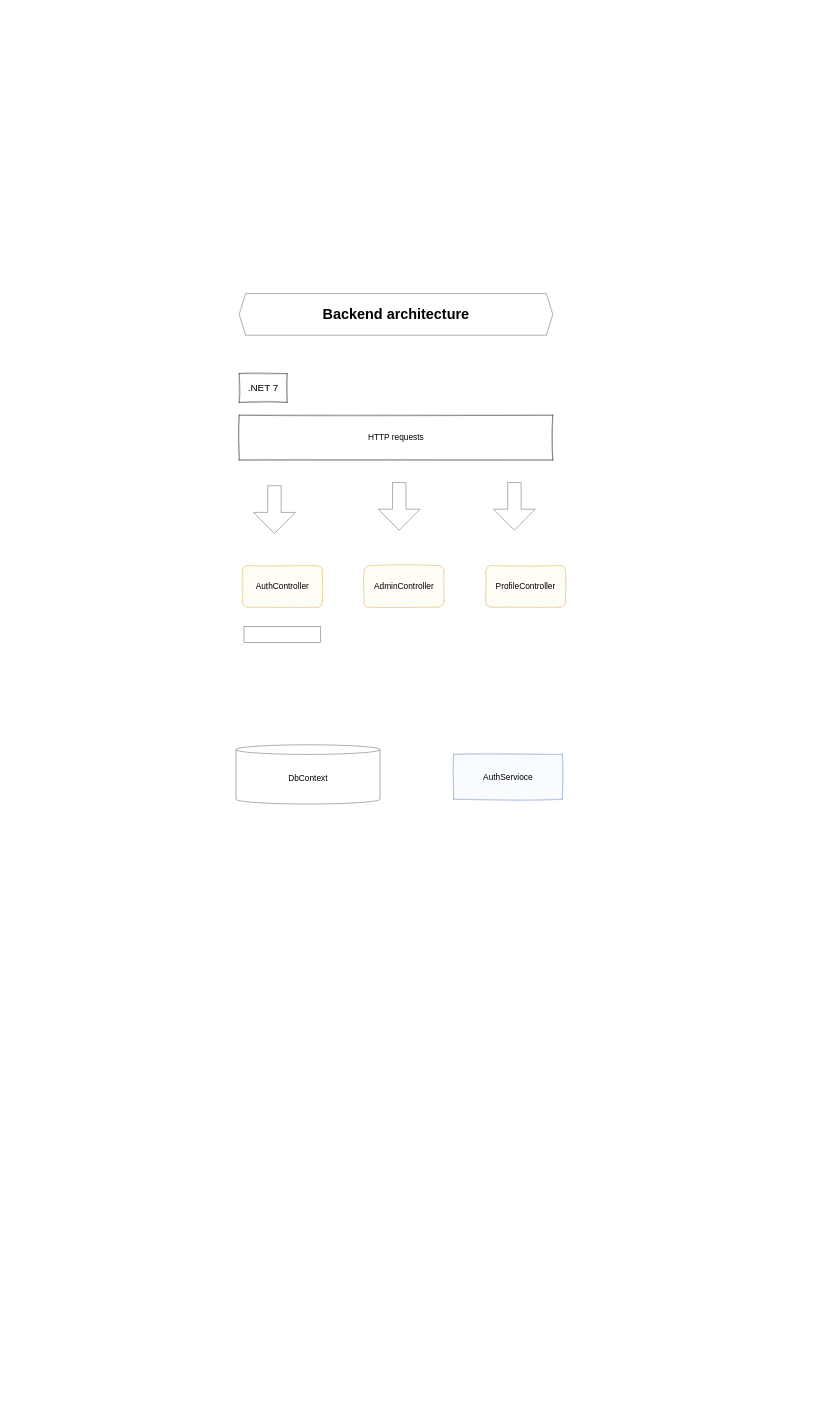
Eliasdb/eDB keeps this draw.io diagram as diagrams/backend-setup.drawio. Above is the earlier version. Source tidied: cells renumbered, new cells numbered last; positions are measured from the earlier drawing's top-left corner, leaving out a move shared by most shapes. Both pictures are drawn from the tidied source at 32%, with x=0, y=0 at pixel (236, 293).
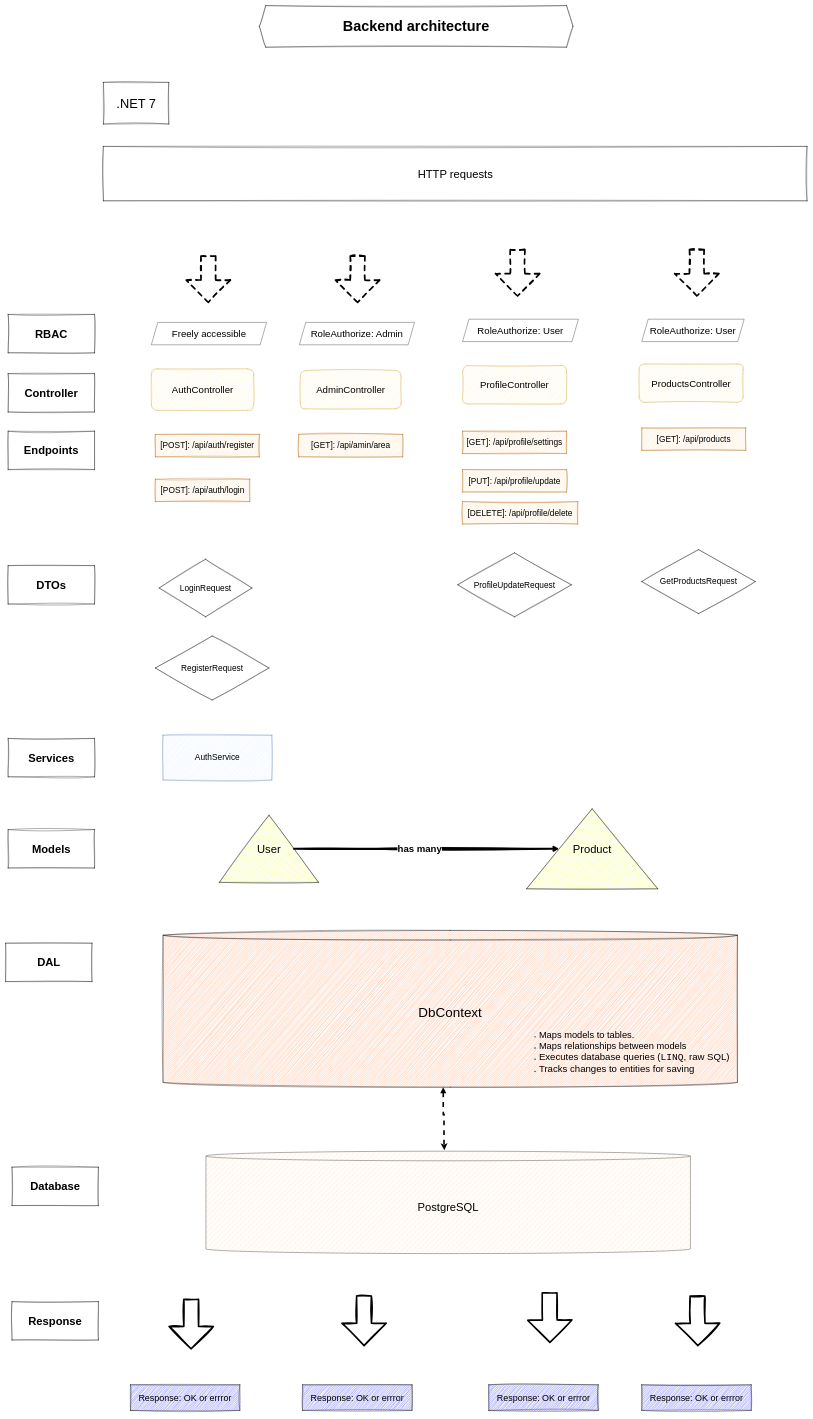
Above is the later version.

Change to the diagram source:
```diff
@@
-    <mxCell id="2" style="shape=flexArrow;endArrow=classic;html=1;rounded=0;width=42;endWidth=87.27272727272727;endSize=21.577272727272724;" parent="1" edge="1">
+    <mxCell id="2" style="shape=flexArrow;endArrow=classic;html=1;rounded=0;width=42;endWidth=87.27272727272727;endSize=21.577272727272724;strokeWidth=5;sketch=1;curveFitting=1;jiggle=2;flowAnimation=1;dashed=1;" parent="1" edge="1">
       <mxGeometry relative="1" as="geometry">
-        <mxPoint x="510" y="590" as="sourcePoint" />
-        <mxPoint x="510" y="740" as="targetPoint" />
+        <mxPoint x="380" y="-120" as="sourcePoint" />
+        <mxPoint x="380" y="30" as="targetPoint" />
       </mxGeometry>
     </mxCell>
-    <mxCell id="3" style="shape=flexArrow;endArrow=classic;html=1;rounded=0;width=42;endWidth=87.27272727272727;endSize=21.577272727272724;" parent="1" edge="1">
+    <mxCell id="3" style="shape=flexArrow;endArrow=classic;html=1;rounded=0;width=42;endWidth=87.27272727272727;endSize=21.577272727272724;strokeWidth=5;sketch=1;curveFitting=1;jiggle=2;flowAnimation=1;dashed=1;" parent="1" edge="1">
       <mxGeometry relative="1" as="geometry">
-        <mxPoint x="870" y="590" as="sourcePoint" />
-        <mxPoint x="870" y="740" as="targetPoint" />
+        <mxPoint x="880" y="-140" as="sourcePoint" />
+        <mxPoint x="880" y="10" as="targetPoint" />
       </mxGeometry>
     </mxCell>
-    <mxCell id="4" style="shape=flexArrow;endArrow=classic;html=1;rounded=0;width=42;endWidth=87.27272727272727;endSize=21.577272727272724;" parent="1" edge="1">
+    <mxCell id="4" style="shape=flexArrow;endArrow=classic;html=1;rounded=0;width=42;endWidth=87.27272727272727;endSize=21.577272727272724;strokeWidth=5;sketch=1;curveFitting=1;jiggle=2;flowAnimation=0;dashed=1;" parent="1" edge="1">
       <mxGeometry relative="1" as="geometry">
-        <mxPoint x="120" y="600" as="sourcePoint" />
-        <mxPoint x="120" y="750" as="targetPoint" />
+        <mxPoint x="-86.5" y="-120" as="sourcePoint" />
+        <mxPoint x="-86.5" y="30" as="targetPoint" />
       </mxGeometry>
     </mxCell>
-    <mxCell id="5" value="&lt;font style=&quot;font-size: 26px;&quot;&gt;HTTP requests&lt;/font&gt;" style="rounded=0;whiteSpace=wrap;html=1;sketch=1;curveFitting=1;jiggle=2;" parent="1" vertex="1">
-      <mxGeometry x="10" y="380" width="980" height="140" as="geometry" />
+    <mxCell id="5" value="&lt;font style=&quot;font-size: 35px;&quot;&gt;HTTP requests&lt;/font&gt;" style="rounded=0;whiteSpace=wrap;html=1;sketch=1;curveFitting=1;jiggle=2;" parent="1" vertex="1">
+      <mxGeometry x="-414.5" y="-460" width="2199" height="170" as="geometry" />
     </mxCell>
-    <mxCell id="6" value="&lt;font style=&quot;font-size: 26px;&quot;&gt;AuthController&lt;/font&gt;" style="rounded=1;whiteSpace=wrap;html=1;sketch=1;curveFitting=1;jiggle=2;fillColor=#fff2cc;strokeColor=#d6b656;" parent="1" vertex="1">
-      <mxGeometry x="20" y="850" width="250" height="130" as="geometry" />
+    <mxCell id="6" value="&lt;font style=&quot;font-size: 30px;&quot;&gt;AuthController&lt;/font&gt;" style="rounded=1;whiteSpace=wrap;html=1;sketch=1;curveFitting=1;jiggle=2;fillColor=#fff2cc;strokeColor=#d6b656;" parent="1" vertex="1">
+      <mxGeometry x="-264.5" y="235" width="320" height="130" as="geometry" />
     </mxCell>
-    <mxCell id="7" value="&lt;font style=&quot;font-size: 26px;&quot;&gt;AdminController&lt;/font&gt;" style="rounded=1;whiteSpace=wrap;html=1;sketch=1;curveFitting=1;jiggle=2;fillColor=#fff2cc;strokeColor=#d6b656;" parent="1" vertex="1">
-      <mxGeometry x="400" y="850" width="250" height="130" as="geometry" />
+    <mxCell id="7" value="&lt;font style=&quot;font-size: 30px;&quot;&gt;AdminController&lt;/font&gt;" style="rounded=1;whiteSpace=wrap;html=1;sketch=1;curveFitting=1;jiggle=2;fillColor=#fff2cc;strokeColor=#d6b656;" parent="1" vertex="1">
+      <mxGeometry x="201" y="240" width="315" height="120" as="geometry" />
     </mxCell>
-    <mxCell id="8" value="&lt;font&gt;ProfileController&lt;/font&gt;" style="rounded=1;whiteSpace=wrap;html=1;sketch=1;curveFitting=1;jiggle=2;fillColor=#fff2cc;strokeColor=#d6b656;fontSize=26;" parent="1" vertex="1">
-      <mxGeometry x="780" y="850" width="250" height="130" as="geometry" />
+    <mxCell id="8" value="&lt;font style=&quot;font-size: 30px;&quot;&gt;ProfileController&lt;/font&gt;" style="rounded=1;whiteSpace=wrap;html=1;sketch=1;curveFitting=1;jiggle=2;fillColor=#fff2cc;strokeColor=#d6b656;fontSize=26;" parent="1" vertex="1">
+      <mxGeometry x="708" y="225" width="325" height="120" as="geometry" />
     </mxCell>
-    <mxCell id="9" value="&lt;font style=&quot;font-size: 26px;&quot;&gt;AuthServioce&lt;/font&gt;" style="rounded=0;whiteSpace=wrap;html=1;sketch=1;curveFitting=1;jiggle=2;fillColor=#dae8fc;strokeColor=#6c8ebf;" parent="1" vertex="1">
-      <mxGeometry x="680" y="1440" width="340" height="140" as="geometry" />
+    <mxCell id="9" value="&lt;font style=&quot;font-size: 26px;&quot;&gt;AuthService&lt;/font&gt;" style="rounded=0;whiteSpace=wrap;html=1;sketch=1;curveFitting=1;jiggle=2;fillColor=#dae8fc;strokeColor=#6c8ebf;" parent="1" vertex="1">
+      <mxGeometry x="-228" y="1380" width="340" height="140" as="geometry" />
     </mxCell>
+    <mxCell id="14" style="edgeStyle=orthogonalEdgeStyle;rounded=0;jettySize=auto;html=1;exitX=0.5;exitY=1;exitDx=0;exitDy=0;exitPerimeter=0;strokeWidth=5;startArrow=block;startFill=1;dashed=1;flowAnimation=1;entryX=0.492;entryY=-0.01;entryDx=0;entryDy=0;entryPerimeter=0;" parent="1" edge="1" target="44">
+      <mxGeometry relative="1" as="geometry">
+        <mxPoint x="647.7" y="2480" as="sourcePoint" />
+        <Array as="points">
+          <mxPoint x="648" y="2565" />
+          <mxPoint x="650" y="2565" />
+          <mxPoint x="650" y="2650" />
+          <mxPoint x="651" y="2650" />
+        </Array>
+      </mxGeometry>
+    </mxCell>
-    <mxCell id="10" value="&lt;font style=&quot;font-size: 26px;&quot;&gt;DbContext&lt;/font&gt;" style="shape=cylinder3;whiteSpace=wrap;html=1;boundedLbl=1;backgroundOutline=1;size=15;" parent="1" vertex="1">
-      <mxGeometry y="1410" width="450" height="185" as="geometry" />
+    <mxCell id="10" value="&lt;font style=&quot;font-size: 42px;&quot;&gt;DbContext&lt;/font&gt;" style="shape=cylinder3;whiteSpace=wrap;html=1;boundedLbl=1;backgroundOutline=1;size=15;sketch=1;curveFitting=1;jiggle=2;fillColor=#FF9661;" parent="1" vertex="1">
+      <mxGeometry x="-228" y="1990" width="1795" height="490" as="geometry" />
     </mxCell>
-    <mxCell id="11" style="rounded=0;whiteSpace=wrap;html=1;" parent="1" vertex="1">
-      <mxGeometry x="25" y="1040" width="240" height="50" as="geometry" />
+    <mxCell id="11" value="&lt;span style=&quot;font-size: 26px;&quot;&gt;[POST]: /api/auth/register&lt;/span&gt;" style="rounded=0;whiteSpace=wrap;html=1;sketch=1;curveFitting=1;jiggle=2;fillColor=#fad7ac;strokeColor=#b46504;" parent="1" vertex="1">
+      <mxGeometry x="-252" y="440" width="325" height="70" as="geometry" />
     </mxCell>
-    <mxCell id="12" value="&lt;font style=&quot;font-size: 45px;&quot;&gt;&lt;b&gt;Backend architecture&lt;/b&gt;&lt;/font&gt;" style="shape=hexagon;perimeter=hexagonPerimeter2;whiteSpace=wrap;html=1;fixedSize=1;" parent="1" vertex="1">
-      <mxGeometry x="10" width="980" height="130" as="geometry" />
+    <mxCell id="12" value="&lt;font style=&quot;font-size: 45px;&quot;&gt;&lt;b&gt;Backend architecture&lt;/b&gt;&lt;/font&gt;" style="shape=hexagon;perimeter=hexagonPerimeter2;whiteSpace=wrap;html=1;fixedSize=1;sketch=1;curveFitting=1;jiggle=2;" parent="1" vertex="1">
+      <mxGeometry x="73" y="-900" width="980" height="130" as="geometry" />
     </mxCell>
-    <mxCell id="13" value="&lt;font style=&quot;font-size: 31px;&quot;&gt;.NET 7&lt;/font&gt;" style="rounded=0;whiteSpace=wrap;html=1;sketch=1;curveFitting=1;jiggle=2;" parent="1" vertex="1">
-      <mxGeometry x="10" y="250" width="150" height="90" as="geometry" />
+    <mxCell id="13" value="&lt;font style=&quot;font-size: 40px;&quot;&gt;.NET 7&lt;/font&gt;" style="rounded=0;whiteSpace=wrap;html=1;sketch=1;curveFitting=1;jiggle=2;" parent="1" vertex="1">
+      <mxGeometry x="-414.5" y="-660" width="204.5" height="130" as="geometry" />
     </mxCell>
+    <mxCell id="15" value="&lt;span style=&quot;font-size: 26px;&quot;&gt;[POST]: /api/auth/login&lt;/span&gt;" style="rounded=0;whiteSpace=wrap;html=1;sketch=1;curveFitting=1;jiggle=2;fillColor=#fad7ac;strokeColor=#b46504;" parent="1" vertex="1">
+      <mxGeometry x="-252" y="580" width="295" height="70" as="geometry" />
+    </mxCell>
+    <mxCell id="16" value="&lt;span style=&quot;font-size: 26px;&quot;&gt;[GET]: /api/profile/settings&lt;/span&gt;" style="rounded=0;whiteSpace=wrap;html=1;sketch=1;curveFitting=1;jiggle=2;fillColor=#fad7ac;strokeColor=#b46504;" parent="1" vertex="1">
+      <mxGeometry x="708" y="430" width="325" height="70" as="geometry" />
+    </mxCell>
+    <mxCell id="17" value="&lt;span style=&quot;font-size: 26px;&quot;&gt;[PUT]: /api/profile/update&lt;/span&gt;" style="rounded=0;whiteSpace=wrap;html=1;sketch=1;curveFitting=1;jiggle=2;fillColor=#fad7ac;strokeColor=#b46504;" parent="1" vertex="1">
+      <mxGeometry x="708" y="550" width="325" height="70" as="geometry" />
+    </mxCell>
+    <mxCell id="18" value="&lt;span style=&quot;font-size: 26px;&quot;&gt;[GET]: /api/amin/area&lt;/span&gt;" style="rounded=0;whiteSpace=wrap;html=1;sketch=1;curveFitting=1;jiggle=2;fillColor=#fad7ac;strokeColor=#b46504;" parent="1" vertex="1">
+      <mxGeometry x="196" y="440" width="325" height="70" as="geometry" />
+    </mxCell>
+    <mxCell id="19" value="&lt;font style=&quot;font-size: 26px;&quot;&gt;LoginRequest&lt;/font&gt;" style="rhombus;whiteSpace=wrap;html=1;fillColor=none;sketch=1;curveFitting=1;jiggle=2;" parent="1" vertex="1">
+      <mxGeometry x="-240" y="830" width="290" height="180" as="geometry" />
+    </mxCell>
+    <mxCell id="20" value="&lt;font style=&quot;font-size: 26px;&quot;&gt;RegisterRequest&lt;/font&gt;" style="rhombus;whiteSpace=wrap;html=1;fillColor=none;sketch=1;curveFitting=1;jiggle=2;" parent="1" vertex="1">
+      <mxGeometry x="-252" y="1070" width="355" height="200" as="geometry" />
+    </mxCell>
+    <mxCell id="21" value="&lt;font style=&quot;font-size: 26px;&quot;&gt;ProfileUpdateRequest&lt;/font&gt;" style="rhombus;whiteSpace=wrap;html=1;fillColor=none;sketch=1;curveFitting=1;jiggle=2;" parent="1" vertex="1">
+      <mxGeometry x="693" y="810" width="355" height="200" as="geometry" />
+    </mxCell>
+    <mxCell id="22" value="&lt;font style=&quot;font-size: 30px;&quot;&gt;RoleAuthorize: Admin&lt;/font&gt;" style="shape=parallelogram;perimeter=parallelogramPerimeter;whiteSpace=wrap;html=1;fixedSize=1;" parent="1" vertex="1">
+      <mxGeometry x="198" y="90" width="360" height="70" as="geometry" />
+    </mxCell>
+    <mxCell id="23" value="&lt;font style=&quot;font-size: 30px;&quot;&gt;RoleAuthorize: User&lt;/font&gt;" style="shape=parallelogram;perimeter=parallelogramPerimeter;whiteSpace=wrap;html=1;fixedSize=1;" parent="1" vertex="1">
+      <mxGeometry x="708" y="80" width="362" height="70" as="geometry" />
+    </mxCell>
+    <mxCell id="24" value="&lt;span style=&quot;font-size: 26px;&quot;&gt;[DELETE]: /api/profile/delete&lt;/span&gt;" style="rounded=0;whiteSpace=wrap;html=1;sketch=1;curveFitting=1;jiggle=2;fillColor=#fad7ac;strokeColor=#b46504;" parent="1" vertex="1">
+      <mxGeometry x="708" y="650" width="360" height="70" as="geometry" />
+    </mxCell>
+    <mxCell id="25" value="&lt;font style=&quot;font-size: 30px;&quot;&gt;ProductsController&lt;/font&gt;" style="rounded=1;whiteSpace=wrap;html=1;sketch=1;curveFitting=1;jiggle=2;fillColor=#fff2cc;strokeColor=#d6b656;fontSize=26;" parent="1" vertex="1">
+      <mxGeometry x="1260" y="220" width="325" height="120" as="geometry" />
+    </mxCell>
+    <mxCell id="26" value="&lt;span style=&quot;font-size: 26px;&quot;&gt;[GET]: /api/products&lt;/span&gt;" style="rounded=0;whiteSpace=wrap;html=1;sketch=1;curveFitting=1;jiggle=2;fillColor=#fad7ac;strokeColor=#b46504;" parent="1" vertex="1">
+      <mxGeometry x="1268" y="420" width="325" height="70" as="geometry" />
+    </mxCell>
+    <mxCell id="27" value="&lt;font style=&quot;font-size: 26px;&quot;&gt;GetProductsRequest&lt;/font&gt;" style="rhombus;whiteSpace=wrap;html=1;fillColor=none;sketch=1;curveFitting=1;jiggle=2;" parent="1" vertex="1">
+      <mxGeometry x="1268" y="800" width="355" height="200" as="geometry" />
+    </mxCell>
+    <mxCell id="28" value="&lt;font style=&quot;font-size: 30px;&quot;&gt;RoleAuthorize: User&lt;/font&gt;" style="shape=parallelogram;perimeter=parallelogramPerimeter;whiteSpace=wrap;html=1;fixedSize=1;" parent="1" vertex="1">
+      <mxGeometry x="1268" y="80" width="320" height="70" as="geometry" />
+    </mxCell>
+    <mxCell id="29" value="&lt;font style=&quot;font-size: 35px;&quot;&gt;&lt;b&gt;RBAC&lt;/b&gt;&lt;/font&gt;" style="rounded=0;whiteSpace=wrap;html=1;sketch=1;curveFitting=1;jiggle=2;" parent="1" vertex="1">
+      <mxGeometry x="-712" y="65" width="270" height="120" as="geometry" />
+    </mxCell>
+    <mxCell id="30" value="&lt;font style=&quot;font-size: 35px;&quot;&gt;&lt;b&gt;Controller&lt;/b&gt;&lt;/font&gt;" style="rounded=0;whiteSpace=wrap;html=1;sketch=1;curveFitting=1;jiggle=2;" parent="1" vertex="1">
+      <mxGeometry x="-712" y="250" width="270" height="120" as="geometry" />
+    </mxCell>
+    <mxCell id="31" value="&lt;font style=&quot;font-size: 35px;&quot;&gt;&lt;b&gt;Endpoints&lt;/b&gt;&lt;/font&gt;" style="rounded=0;whiteSpace=wrap;html=1;sketch=1;curveFitting=1;jiggle=2;" parent="1" vertex="1">
+      <mxGeometry x="-712" y="430" width="270" height="120" as="geometry" />
+    </mxCell>
+    <mxCell id="32" value="&lt;font style=&quot;font-size: 35px;&quot;&gt;&lt;b&gt;DTOs&lt;/b&gt;&lt;/font&gt;" style="rounded=0;whiteSpace=wrap;html=1;sketch=1;curveFitting=1;jiggle=2;" parent="1" vertex="1">
+      <mxGeometry x="-712" y="850" width="270" height="120" as="geometry" />
+    </mxCell>
+    <mxCell id="33" value="&lt;font style=&quot;font-size: 35px;&quot;&gt;&lt;b&gt;Services&lt;/b&gt;&lt;/font&gt;" style="rounded=0;whiteSpace=wrap;html=1;sketch=1;curveFitting=1;jiggle=2;" parent="1" vertex="1">
+      <mxGeometry x="-712" y="1390" width="270" height="120" as="geometry" />
+    </mxCell>
+    <mxCell id="34" style="shape=flexArrow;endArrow=classic;html=1;rounded=0;width=42;endWidth=87.27272727272727;endSize=21.577272727272724;strokeWidth=5;sketch=1;curveFitting=1;jiggle=2;flowAnimation=1;dashed=1;" parent="1" edge="1">
+      <mxGeometry relative="1" as="geometry">
+        <mxPoint x="1440" y="-140" as="sourcePoint" />
+        <mxPoint x="1440" y="10" as="targetPoint" />
+      </mxGeometry>
+    </mxCell>
+    <mxCell id="35" value="&lt;font style=&quot;font-size: 35px;&quot;&gt;&lt;b&gt;DAL&lt;/b&gt;&lt;/font&gt;" style="rounded=0;whiteSpace=wrap;html=1;sketch=1;curveFitting=1;jiggle=2;" parent="1" vertex="1">
+      <mxGeometry x="-720" y="2030" width="270" height="120" as="geometry" />
+    </mxCell>
+    <mxCell id="36" value="&lt;font style=&quot;font-size: 35px;&quot;&gt;&lt;b&gt;Models&lt;/b&gt;&lt;/font&gt;" style="rounded=0;whiteSpace=wrap;html=1;sketch=1;curveFitting=1;jiggle=2;" parent="1" vertex="1">
+      <mxGeometry x="-712" y="1675" width="270" height="120" as="geometry" />
+    </mxCell>
+    <mxCell id="37" style="edgeStyle=orthogonalEdgeStyle;rounded=0;jettySize=auto;html=1;strokeWidth=6;sketch=1;curveFitting=1;jiggle=2;" parent="1" edge="1" source="39" target="40">
+      <mxGeometry relative="1" as="geometry">
+        <Array as="points">
+          <mxPoint x="438" y="1735" />
+          <mxPoint x="438" y="1735" />
+        </Array>
+      </mxGeometry>
+    </mxCell>
+    <mxCell id="38" value="&lt;font style=&quot;font-size: 30px;&quot;&gt;&lt;b&gt;has many&lt;/b&gt;&lt;/font&gt;" style="edgeLabel;html=1;align=center;verticalAlign=middle;" parent="37" vertex="1">
+      <mxGeometry x="-0.05" y="9" relative="1" as="geometry">
+        <mxPoint x="-1" y="9" as="offset" />
+      </mxGeometry>
+    </mxCell>
+    <mxCell id="39" value="&lt;font style=&quot;font-size: 35px;&quot;&gt;User&lt;/font&gt;" style="triangle;whiteSpace=wrap;html=1;strokeWidth=1;sketch=1;curveFitting=1;jiggle=2;direction=north;fillColor=#EEFF52;" parent="1" vertex="1">
+      <mxGeometry x="-52" y="1630" width="310" height="210" as="geometry" />
+    </mxCell>
+    <mxCell id="40" value="&lt;font style=&quot;font-size: 35px;&quot;&gt;Product&lt;/font&gt;" style="triangle;whiteSpace=wrap;html=1;strokeWidth=1;sketch=1;curveFitting=1;jiggle=2;direction=north;fillColor=#EEFF52;" parent="1" vertex="1">
+      <mxGeometry x="908" y="1610" width="410" height="250" as="geometry" />
+    </mxCell>
+    <mxCell id="41" value="&lt;div&gt;&lt;br&gt;&lt;/div&gt;&lt;ul&gt;&lt;li&gt;&lt;span style=&quot;font-size: 29px;&quot;&gt;Maps models to tables.&lt;/span&gt;&lt;/li&gt;&lt;li&gt;&lt;span style=&quot;font-size: 29px;&quot;&gt;Maps relationships between models&lt;/span&gt;&lt;/li&gt;&lt;li&gt;&lt;font style=&quot;font-size: 30px;&quot;&gt;Executes database queries (&lt;code&gt;LINQ&lt;/code&gt;, raw SQL)&lt;/font&gt;&lt;/li&gt;&lt;li&gt;&lt;font style=&quot;font-size: 30px;&quot;&gt;&lt;span style=&quot;text-align: center;&quot;&gt;Tracks changes to entities for saving&lt;/span&gt;&lt;/font&gt;&lt;/li&gt;&lt;/ul&gt;" style="text;strokeColor=none;fillColor=none;html=1;whiteSpace=wrap;verticalAlign=middle;overflow=hidden;" parent="1" vertex="1">
+      <mxGeometry x="905" y="2270" width="650" height="180" as="geometry" />
+    </mxCell>
+    <mxCell id="42" value="&lt;font style=&quot;font-size: 30px;&quot;&gt;Freely accessible&lt;/font&gt;" style="shape=parallelogram;perimeter=parallelogramPerimeter;whiteSpace=wrap;html=1;fixedSize=1;" parent="1" vertex="1">
+      <mxGeometry x="-264.5" y="90" width="360" height="70" as="geometry" />
+    </mxCell>
+    <mxCell id="43" value="&lt;font style=&quot;font-size: 35px;&quot;&gt;&lt;b&gt;Database&lt;/b&gt;&lt;/font&gt;" style="rounded=0;whiteSpace=wrap;html=1;sketch=1;curveFitting=1;jiggle=2;" parent="1" vertex="1">
+      <mxGeometry x="-700" y="2730" width="270" height="120" as="geometry" />
+    </mxCell>
+    <mxCell id="44" value="PostgreSQL" style="shape=cylinder3;whiteSpace=wrap;html=1;boundedLbl=1;backgroundOutline=1;size=15;fontSize=35;fillColor=#ffe6cc;strokeColor=#000000;fillStyle=zigzag-line;" parent="1" vertex="1">
+      <mxGeometry x="-94" y="2680" width="1514" height="320" as="geometry" />
+    </mxCell>
+    <mxCell id="45" style="shape=flexArrow;endArrow=classic;html=1;rounded=0;width=42;endWidth=87.27272727272727;endSize=21.577272727272724;strokeWidth=5;sketch=1;curveFitting=1;jiggle=2;flowAnimation=0;fillColor=#FFFFFF;" parent="1" edge="1">
+      <mxGeometry relative="1" as="geometry">
+        <mxPoint x="-140" y="3140" as="sourcePoint" />
+        <mxPoint x="-140" y="3300" as="targetPoint" />
+      </mxGeometry>
+    </mxCell>
+    <mxCell id="46" value="&lt;font style=&quot;font-size: 28px;&quot;&gt;Response: OK or errror&lt;/font&gt;" style="rounded=0;whiteSpace=wrap;html=1;sketch=1;curveFitting=1;jiggle=2;fillColor=#1C1CFF;" parent="1" vertex="1">
+      <mxGeometry x="-330" y="3410" width="342" height="80" as="geometry" />
+    </mxCell>
+    <mxCell id="47" value="&lt;font style=&quot;font-size: 28px;&quot;&gt;Response: OK or errror&lt;/font&gt;" style="rounded=0;whiteSpace=wrap;html=1;sketch=1;curveFitting=1;jiggle=2;fillColor=#1C1CFF;" parent="1" vertex="1">
+      <mxGeometry x="208" y="3410" width="342" height="80" as="geometry" />
+    </mxCell>
+    <mxCell id="48" value="&lt;font style=&quot;font-size: 28px;&quot;&gt;Response: OK or errror&lt;/font&gt;" style="rounded=0;whiteSpace=wrap;html=1;sketch=1;curveFitting=1;jiggle=2;fillColor=#1C1CFF;" parent="1" vertex="1">
+      <mxGeometry x="790" y="3410" width="342" height="80" as="geometry" />
+    </mxCell>
+    <mxCell id="49" value="&lt;font style=&quot;font-size: 28px;&quot;&gt;Response: OK or errror&lt;/font&gt;" style="rounded=0;whiteSpace=wrap;html=1;sketch=1;curveFitting=1;jiggle=2;fillColor=#1C1CFF;" parent="1" vertex="1">
+      <mxGeometry x="1268" y="3410" width="342" height="80" as="geometry" />
+    </mxCell>
+    <mxCell id="50" style="shape=flexArrow;endArrow=classic;html=1;rounded=0;width=42;endWidth=87.27272727272727;endSize=21.577272727272724;strokeWidth=5;sketch=1;curveFitting=1;jiggle=2;flowAnimation=0;fillColor=#FFFFFF;" parent="1" edge="1">
+      <mxGeometry relative="1" as="geometry">
+        <mxPoint x="400" y="3130" as="sourcePoint" />
+        <mxPoint x="400.5" y="3290" as="targetPoint" />
+      </mxGeometry>
+    </mxCell>
+    <mxCell id="51" style="shape=flexArrow;endArrow=classic;html=1;rounded=0;width=42;endWidth=87.27272727272727;endSize=21.577272727272724;strokeWidth=5;sketch=1;curveFitting=1;jiggle=2;flowAnimation=0;fillColor=#FFFFFF;" parent="1" edge="1">
+      <mxGeometry relative="1" as="geometry">
+        <mxPoint x="1442" y="3130" as="sourcePoint" />
+        <mxPoint x="1443" y="3290" as="targetPoint" />
+      </mxGeometry>
+    </mxCell>
+    <mxCell id="52" style="shape=flexArrow;endArrow=classic;html=1;rounded=0;width=42;endWidth=87.27272727272727;endSize=21.577272727272724;strokeWidth=5;sketch=1;curveFitting=1;jiggle=2;flowAnimation=0;fillColor=#FFFFFF;" parent="1" edge="1">
+      <mxGeometry relative="1" as="geometry">
+        <mxPoint x="980" y="3120" as="sourcePoint" />
+        <mxPoint x="981" y="3280" as="targetPoint" />
+      </mxGeometry>
+    </mxCell>
+    <mxCell id="53" style="edgeStyle=orthogonalEdgeStyle;rounded=0;orthogonalLoop=1;jettySize=auto;html=1;exitX=0.5;exitY=1;exitDx=0;exitDy=0;" parent="1" edge="1" source="47" target="47">
+      <mxGeometry relative="1" as="geometry" />
+    </mxCell>
+    <mxCell id="54" value="&lt;font style=&quot;font-size: 35px;&quot;&gt;&lt;b&gt;Response&lt;/b&gt;&lt;/font&gt;" style="rounded=0;whiteSpace=wrap;html=1;sketch=1;curveFitting=1;jiggle=2;" parent="1" vertex="1">
+      <mxGeometry x="-700" y="3150" width="270" height="120" as="geometry" />
+    </mxCell>
```
